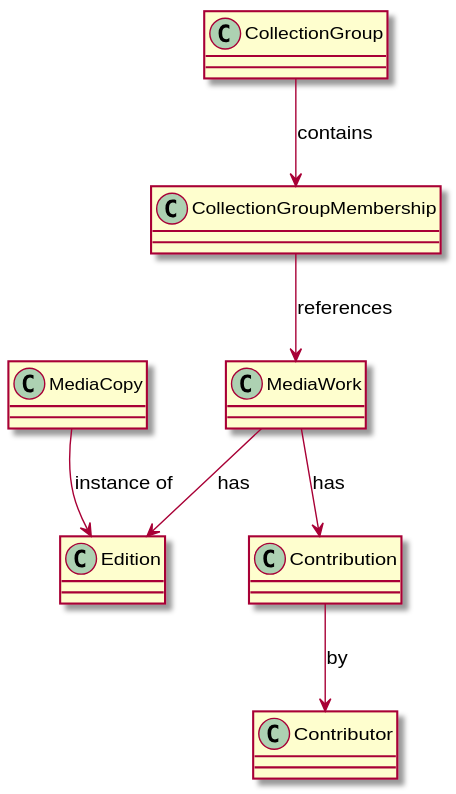
yantue/colleq keeps this PlantUML diagram as docs/diagrams/domain/domain-overview.svg. Above is the earlier version.
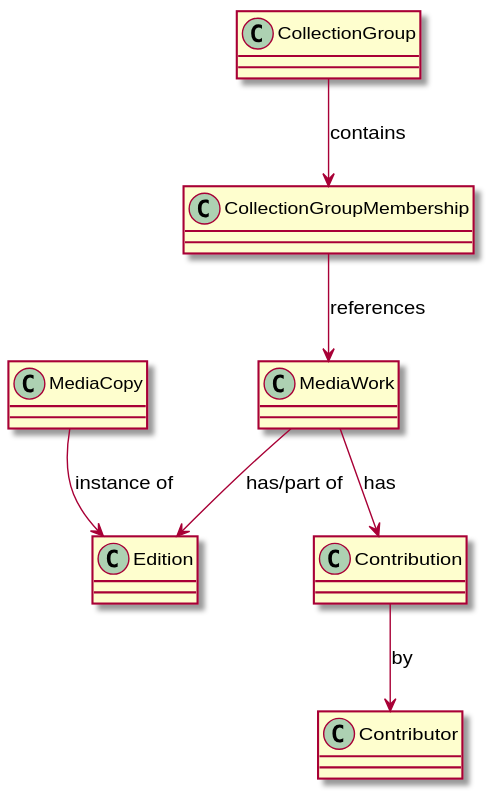
The same file after the commit.

Change to the diagram source:
```diff
@@ -12,7 +12,7 @@
 CollectionGroup --> CollectionGroupMembership : contains
 CollectionGroupMembership --> MediaWork : references
 
-MediaWork --> Edition : has
+MediaWork --> Edition : has/part of
 MediaCopy --> Edition : instance of
 
 MediaWork --> Contribution : has
```
